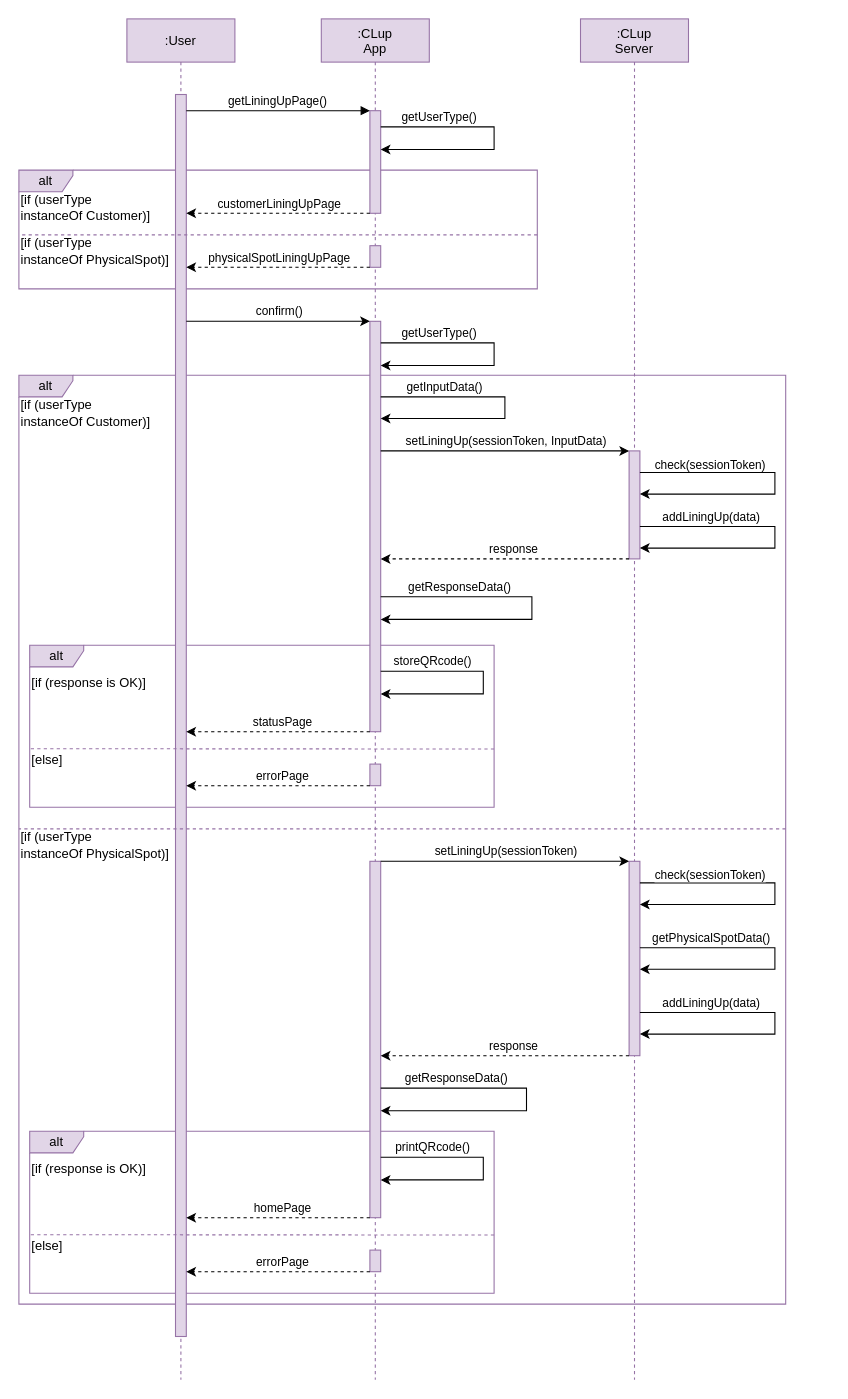
This is RASD/drawio_diagrams/liningUp_sequence_diagram.drawio from damiano1996/DerinValencic, a draw.io file, before an edit. Source tidied: cells renumbered, new cells numbered last; positions are measured from the earlier drawing's top-left corner, leaving out a move shared by most shapes. Both pictures are drawn from the tidied source at 108%, with x=0, y=0 at pixel (18, 18).
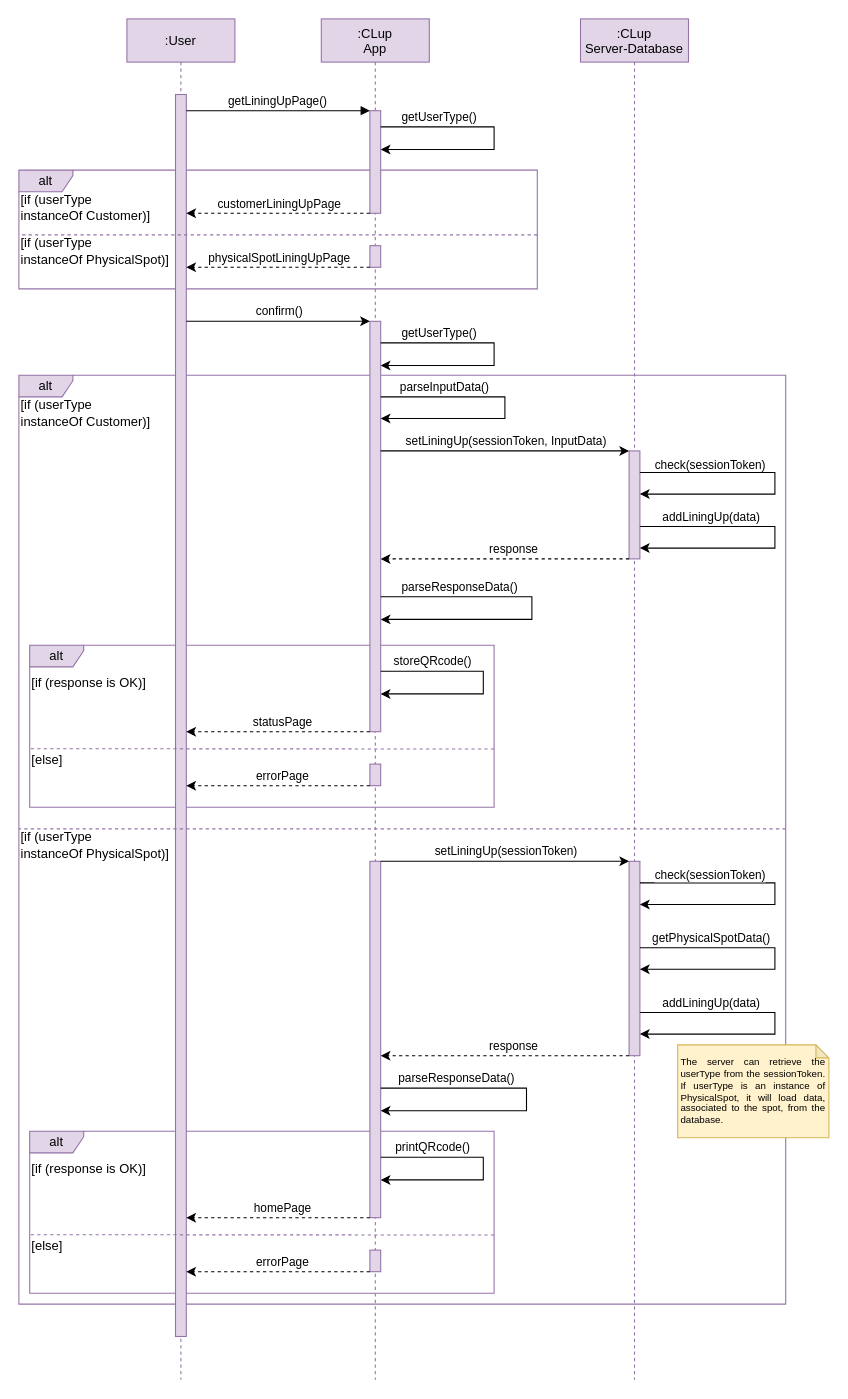
The same page after the edit.

The change refers to these unchanged cells:
```xml
<mxCell id="14" style="edgeStyle=orthogonalEdgeStyle;rounded=0;orthogonalLoop=1;jettySize=auto;html=1;" parent="8" edge="1" source="13" target="13">
  <mxGeometry relative="1" as="geometry">
    <Array as="points">
      <mxPoint x="190" y="990" />
      <mxPoint x="190" y="1011" />
    </Array>
  </mxGeometry>
</mxCell>
<mxCell id="59" style="edgeStyle=orthogonalEdgeStyle;rounded=0;orthogonalLoop=1;jettySize=auto;html=1;" parent="1" edge="1" source="44" target="44">
  <mxGeometry relative="1" as="geometry">
    <Array as="points">
      <mxPoint x="450" y="350" />
      <mxPoint x="450" y="370" />
    </Array>
  </mxGeometry>
</mxCell>
<mxCell id="62" style="edgeStyle=orthogonalEdgeStyle;rounded=0;orthogonalLoop=1;jettySize=auto;html=1;" parent="1" edge="1" source="44" target="44">
  <mxGeometry relative="1" as="geometry">
    <Array as="points">
      <mxPoint x="475" y="535" />
      <mxPoint x="475" y="556" />
    </Array>
  </mxGeometry>
</mxCell>
```

What changed in the source:
```diff
@@
-    <mxCell id="15" value="getResponseData()" style="edgeLabel;html=1;align=center;verticalAlign=middle;" parent="14" vertex="1">
+    <mxCell id="15" value="parseResponseData()" style="edgeLabel;html=1;align=center;verticalAlign=middle;" parent="14" vertex="1">
       <mxGeometry x="-0.44" y="-2" relative="1" as="geometry">
         <mxPoint x="-12" y="-12" as="offset" />
       </mxGeometry>
     </mxCell>
@@
-    <mxCell id="21" value=":CLup&#10;Server" style="shape=umlLifeline;perimeter=lifelinePerimeter;rounded=0;shadow=0;strokeWidth=1;fillColor=#e1d5e7;strokeColor=#9673a6;size=40;" parent="1" vertex="1">
+    <mxCell id="21" value=":CLup&#10;Server-Database" style="shape=umlLifeline;perimeter=lifelinePerimeter;rounded=0;shadow=0;strokeWidth=1;fillColor=#e1d5e7;strokeColor=#9673a6;size=40;" parent="1" vertex="1">
       <mxGeometry x="520" width="100" height="1260" as="geometry" />
     </mxCell>
@@
-    <mxCell id="60" value="getInputData()" style="edgeLabel;html=1;align=center;verticalAlign=middle;" parent="59" vertex="1">
+    <mxCell id="60" value="parseInputData()" style="edgeLabel;html=1;align=center;verticalAlign=middle;" parent="59" vertex="1">
       <mxGeometry x="-0.44" y="-2" relative="1" as="geometry">
         <mxPoint x="-12" y="-12" as="offset" />
       </mxGeometry>
     </mxCell>
@@
-    <mxCell id="63" value="getResponseData()" style="edgeLabel;html=1;align=center;verticalAlign=middle;" parent="62" vertex="1">
+    <mxCell id="63" value="parseResponseData()" style="edgeLabel;html=1;align=center;verticalAlign=middle;" parent="62" vertex="1">
       <mxGeometry x="-0.44" y="-2" relative="1" as="geometry">
         <mxPoint x="-12" y="-12" as="offset" />
       </mxGeometry>
     </mxCell>
@@
+    <mxCell id="77" value="&lt;div style=&quot;text-align: justify ; font-size: 9px&quot;&gt;&lt;span&gt;The server can retrieve&amp;nbsp;the userType from the sessionToken. If userType is an instance of PhysicalSpot, it will load data, associated to the spot, from the database.&lt;/span&gt;&lt;/div&gt;" style="shape=note;whiteSpace=wrap;html=1;backgroundOutline=1;darkOpacity=0.05;fillColor=#fff2cc;strokeColor=#d6b656;size=12;labelBorderColor=none;spacing=4;" parent="1" vertex="1">
+      <mxGeometry x="610" y="950" width="140" height="86" as="geometry" />
+    </mxCell>
```
